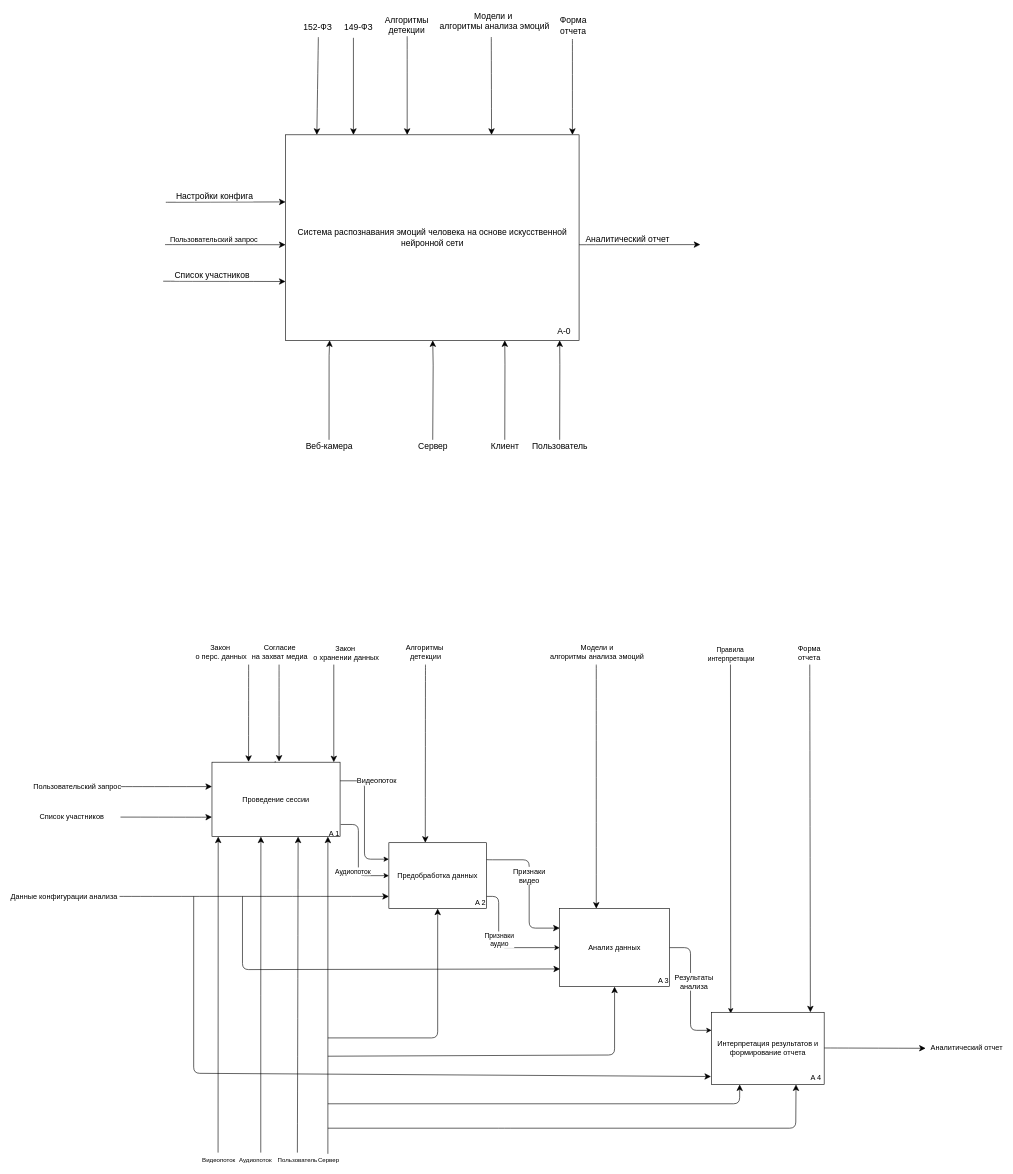
Above: вкр/SADT(IDF)/IDEF0 NEW.drawio in Hetsunya/diplom (draw.io), before the change. Source tidied: cells renumbered, new cells numbered last; positions are measured from the earlier drawing's top-left corner, leaving out a move shared by most shapes. Both pictures are drawn from the tidied source at 61%, with x=0, y=0 at pixel (114, 36).
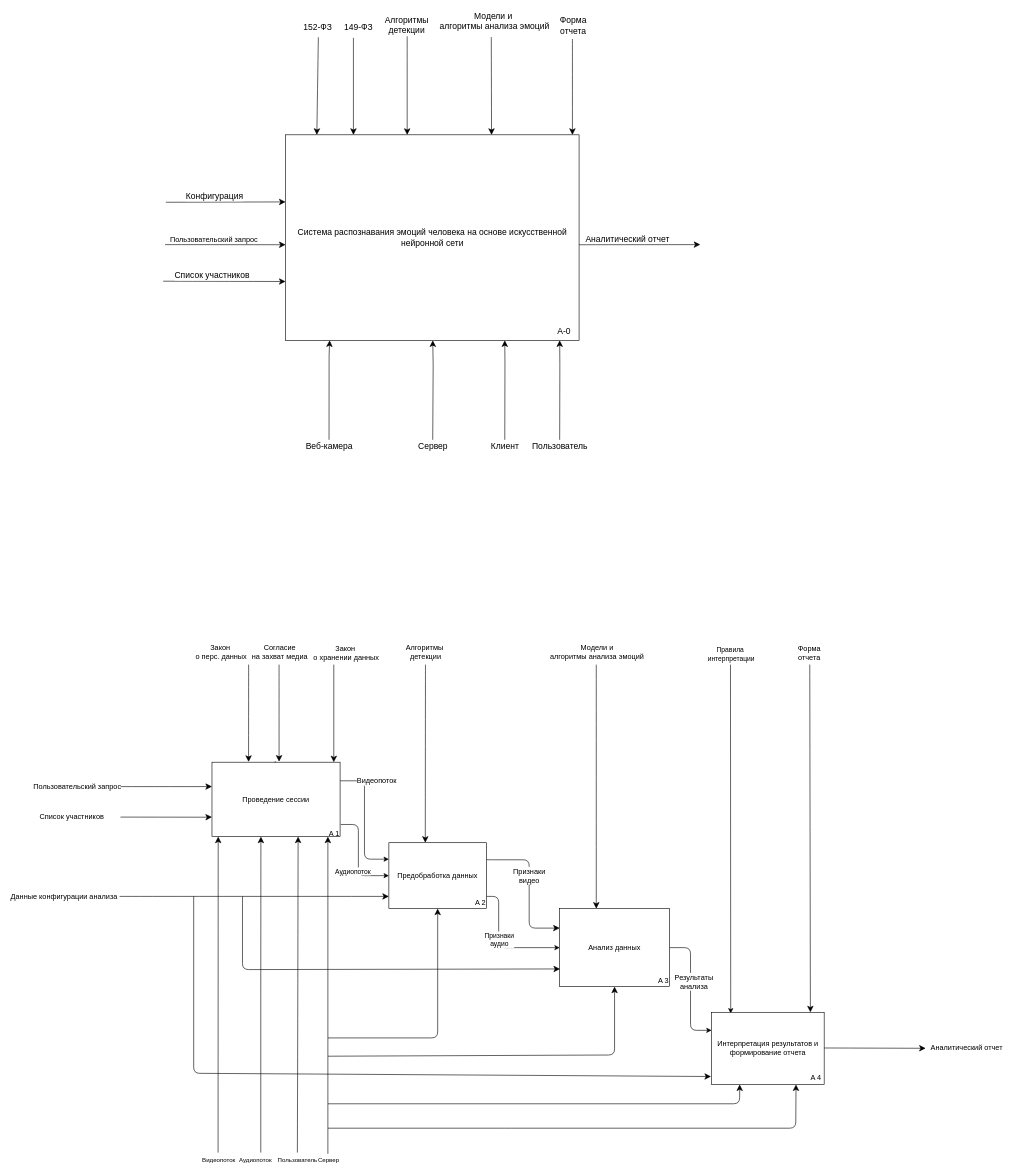
The same diagram, later.

The change refers to these unchanged cells:
```xml
<mxCell id="16" style="edgeStyle=none;curved=1;rounded=0;orthogonalLoop=1;jettySize=auto;html=1;entryX=-0.004;entryY=0.361;entryDx=0;entryDy=0;fontSize=14;startSize=8;endSize=8;entryPerimeter=0;" parent="1" edge="1">
  <mxGeometry relative="1" as="geometry">
    <mxPoint x="84.3" y="272.1" as="sourcePoint" />
    <mxPoint x="280.6" y="271.5" as="targetPoint" />
  </mxGeometry>
</mxCell>
```

Change to the diagram source:
```diff
@@
-    <mxCell id="17" value="&lt;div&gt;Настройки конфига&lt;/div&gt;" style="edgeLabel;html=1;align=center;verticalAlign=middle;fontSize=14;" parent="16" vertex="1">
+    <mxCell id="17" value="&lt;div&gt;Конфигурация&lt;/div&gt;" style="edgeLabel;html=1;align=center;verticalAlign=middle;fontSize=14;" parent="16" vertex="1">
       <mxGeometry x="-0.2" relative="1" as="geometry">
         <mxPoint y="-10" as="offset" />
       </mxGeometry>
     </mxCell>
```
